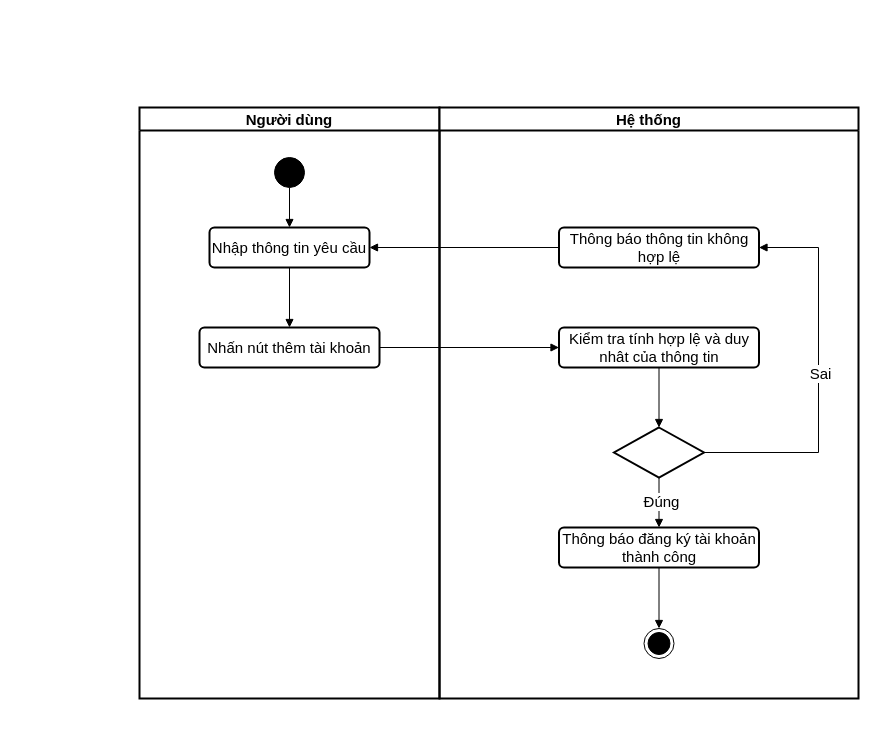
Above: page "Activity thêm tài khoản" (8 of 11) of usecase.drawio in dctuyen/myFinalYearProject (draw.io), before the change. Source tidied: cells renumbered, new cells numbered last; positions are measured from the earlier drawing's top-left corner, leaving out a move shared by most shapes. Both pictures are drawn from the tidied source at 100%, with x=0, y=0 at pixel (139, 107).
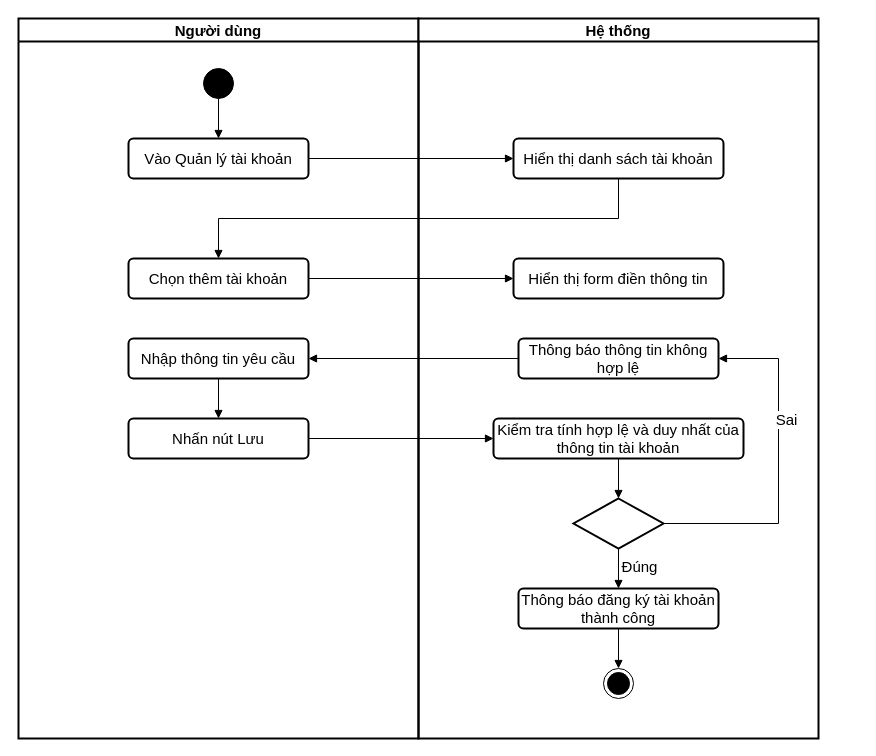
Above is the later version.

The change refers to these unchanged cells:
```xml
<mxCell id="13" style="html=1;verticalAlign=bottom;labelBackgroundColor=none;endArrow=block;endFill=1;rounded=0;exitX=0.5;exitY=1;exitDx=0;exitDy=0;entryX=0.5;entryY=0;entryDx=0;entryDy=0;fontSize=15;edgeStyle=orthogonalEdgeStyle;" parent="8" edge="1" source="10" target="19">
  <mxGeometry x="-0.35" relative="1" as="geometry" />
</mxCell>
```

What changed in the source:
```diff
@@
     <mxCell id="2" value="Người dùng" style="swimlane;whiteSpace=wrap;html=1;strokeWidth=2;fontSize=15;" parent="1" vertex="1">
-      <mxGeometry width="300" height="591" as="geometry" />
+      <mxGeometry x="-121" y="-89" width="400" height="720" as="geometry" />
     </mxCell>
     <mxCell id="3" style="ellipse;fillColor=strokeColor;html=1;fontSize=15;" parent="2" vertex="1">
-      <mxGeometry x="135" y="50" width="30" height="30" as="geometry" />
+      <mxGeometry x="185" y="50" width="30" height="30" as="geometry" />
     </mxCell>
     <mxCell id="4" value="Nhập thông tin yêu cầu" style="html=1;align=center;verticalAlign=middle;rounded=1;absoluteArcSize=1;arcSize=10;dashed=0;whiteSpace=wrap;strokeWidth=2;labelBackgroundColor=none;fontSize=15;" parent="2" vertex="1">
-      <mxGeometry x="70" y="120" width="160" height="40" as="geometry" />
+      <mxGeometry x="110" y="320" width="180" height="40" as="geometry" />
     </mxCell>
-    <mxCell id="5" style="html=1;verticalAlign=bottom;labelBackgroundColor=none;endArrow=block;endFill=1;rounded=0;exitX=0.5;exitY=1;exitDx=0;exitDy=0;entryX=0.5;entryY=0;entryDx=0;entryDy=0;fontSize=15;" parent="2" edge="1" source="3" target="4">
+    <mxCell id="5" style="html=1;verticalAlign=bottom;labelBackgroundColor=none;endArrow=block;endFill=1;rounded=0;exitX=0.5;exitY=1;exitDx=0;exitDy=0;entryX=0.5;entryY=0;entryDx=0;entryDy=0;fontSize=15;" parent="2" edge="1" source="3" target="24">
       <mxGeometry relative="1" as="geometry" />
     </mxCell>
-    <mxCell id="6" value="Nhấn nút thêm tài khoản" style="html=1;align=center;verticalAlign=middle;rounded=1;absoluteArcSize=1;arcSize=10;dashed=0;whiteSpace=wrap;strokeWidth=2;labelBackgroundColor=none;fontSize=15;" parent="2" vertex="1">
-      <mxGeometry x="60" y="220" width="180" height="40" as="geometry" />
+    <mxCell id="6" value="Nhấn nút Lưu" style="html=1;align=center;verticalAlign=middle;rounded=1;absoluteArcSize=1;arcSize=10;dashed=0;whiteSpace=wrap;strokeWidth=2;labelBackgroundColor=none;fontSize=15;" parent="2" vertex="1">
+      <mxGeometry x="110" y="400" width="180" height="40" as="geometry" />
     </mxCell>
@@
+    <mxCell id="24" value="Vào Quản lý tài khoản" style="html=1;align=center;verticalAlign=middle;rounded=1;absoluteArcSize=1;arcSize=10;dashed=0;whiteSpace=wrap;strokeWidth=2;labelBackgroundColor=none;fontSize=15;" parent="2" vertex="1">
+      <mxGeometry x="110" y="120" width="180" height="40" as="geometry" />
+    </mxCell>
+    <mxCell id="25" value="Chọn thêm tài khoản" style="html=1;align=center;verticalAlign=middle;rounded=1;absoluteArcSize=1;arcSize=10;dashed=0;whiteSpace=wrap;strokeWidth=2;labelBackgroundColor=none;fontSize=15;" parent="2" vertex="1">
+      <mxGeometry x="110" y="240" width="180" height="40" as="geometry" />
+    </mxCell>
     <mxCell id="8" value="Hệ thống" style="swimlane;whiteSpace=wrap;html=1;strokeWidth=2;fontSize=15;" parent="1" vertex="1">
-      <mxGeometry x="300" width="419" height="591" as="geometry" />
+      <mxGeometry x="279" y="-89" width="400" height="720" as="geometry" />
     </mxCell>
-    <mxCell id="9" value="Kiểm tra tính hợp lệ và duy nhât của thông tin" style="html=1;align=center;verticalAlign=middle;rounded=1;absoluteArcSize=1;arcSize=10;dashed=0;whiteSpace=wrap;strokeWidth=2;labelBackgroundColor=none;fontSize=15;" parent="8" vertex="1">
-      <mxGeometry x="119.5" y="220" width="200" height="40" as="geometry" />
+    <mxCell id="9" value="Kiểm tra tính hợp lệ và duy nhất của thông tin tài khoản" style="html=1;align=center;verticalAlign=middle;rounded=1;absoluteArcSize=1;arcSize=10;dashed=0;whiteSpace=wrap;strokeWidth=2;labelBackgroundColor=none;fontSize=15;" parent="8" vertex="1">
+      <mxGeometry x="75" y="400" width="250" height="40" as="geometry" />
     </mxCell>
     <mxCell id="10" style="rhombus;strokeWidth=2;fontSize=15;" parent="8" vertex="1">
-      <mxGeometry x="174.5" y="320" width="90" height="50" as="geometry" />
+      <mxGeometry x="155" y="480" width="90" height="50" as="geometry" />
     </mxCell>
     <mxCell id="11" style="ellipse;html=1;shape=endState;fillColor=strokeColor;fontSize=15;" parent="8" vertex="1">
-      <mxGeometry x="204.5" y="521" width="30" height="30" as="geometry" />
+      <mxGeometry x="185" y="650" width="30" height="30" as="geometry" />
     </mxCell>
@@
     <mxCell id="14" value="Đúng" style="edgeLabel;html=1;align=center;verticalAlign=middle;fontSize=15;" parent="13" vertex="1">
       <mxGeometry x="-0.37" y="2" relative="1" as="geometry">
-        <mxPoint y="7" as="offset" />
+        <mxPoint x="18" y="4" as="offset" />
       </mxGeometry>
     </mxCell>
     <mxCell id="15" value="Thông báo thông tin không hợp lệ" style="html=1;align=center;verticalAlign=middle;rounded=1;absoluteArcSize=1;arcSize=10;dashed=0;whiteSpace=wrap;strokeWidth=2;labelBackgroundColor=none;fontSize=15;" parent="8" vertex="1">
-      <mxGeometry x="119.5" y="120" width="200" height="40" as="geometry" />
+      <mxGeometry x="100" y="320" width="200" height="40" as="geometry" />
     </mxCell>
     <mxCell id="16" style="html=1;verticalAlign=bottom;labelBackgroundColor=none;endArrow=block;endFill=1;rounded=0;exitX=1;exitY=0.5;exitDx=0;exitDy=0;entryX=1;entryY=0.5;entryDx=0;entryDy=0;fontSize=15;edgeStyle=orthogonalEdgeStyle;" parent="8" edge="1" source="10" target="15">
       <mxGeometry relative="1" as="geometry">
         <Array as="points">
-          <mxPoint x="379" y="345" />
-          <mxPoint x="379" y="140" />
+          <mxPoint x="360" y="505" />
+          <mxPoint x="360" y="340" />
         </Array>
       </mxGeometry>
     </mxCell>
     <mxCell id="17" value="&lt;font style=&quot;font-size: 15px;&quot;&gt;Sai&lt;/font&gt;" style="edgeLabel;html=1;align=center;verticalAlign=middle;fontSize=15;" parent="16" vertex="1">
       <mxGeometry x="-0.43" y="1" relative="1" as="geometry">
-        <mxPoint x="8" y="-79" as="offset" />
+        <mxPoint x="25" y="-104" as="offset" />
       </mxGeometry>
     </mxCell>
@@
     <mxCell id="19" value="Thông báo đăng ký tài khoản thành công" style="html=1;align=center;verticalAlign=middle;rounded=1;absoluteArcSize=1;arcSize=10;dashed=0;whiteSpace=wrap;strokeWidth=2;labelBackgroundColor=none;fontSize=15;" parent="8" vertex="1">
-      <mxGeometry x="119.5" y="420" width="200" height="40" as="geometry" />
+      <mxGeometry x="100" y="570" width="200" height="40" as="geometry" />
     </mxCell>
@@
+    <mxCell id="26" value="Hiển thị danh sách tài khoản" style="html=1;align=center;verticalAlign=middle;rounded=1;absoluteArcSize=1;arcSize=10;dashed=0;whiteSpace=wrap;strokeWidth=2;labelBackgroundColor=none;fontSize=15;" parent="8" vertex="1">
+      <mxGeometry x="95" y="120" width="210" height="40" as="geometry" />
+    </mxCell>
+    <mxCell id="27" value="Hiển thị form điền thông tin" style="html=1;align=center;verticalAlign=middle;rounded=1;absoluteArcSize=1;arcSize=10;dashed=0;whiteSpace=wrap;strokeWidth=2;labelBackgroundColor=none;fontSize=15;" parent="8" vertex="1">
+      <mxGeometry x="95" y="240" width="210" height="40" as="geometry" />
+    </mxCell>
@@
+    <mxCell id="28" style="html=1;verticalAlign=bottom;labelBackgroundColor=none;endArrow=block;endFill=1;rounded=0;exitX=1;exitY=0.5;exitDx=0;exitDy=0;entryX=0;entryY=0.5;entryDx=0;entryDy=0;fontSize=15;" parent="1" edge="1" source="24" target="26">
+      <mxGeometry relative="1" as="geometry" />
+    </mxCell>
+    <mxCell id="29" style="html=1;verticalAlign=bottom;labelBackgroundColor=none;endArrow=block;endFill=1;rounded=0;exitX=0.5;exitY=1;exitDx=0;exitDy=0;entryX=0.5;entryY=0;entryDx=0;entryDy=0;fontSize=15;edgeStyle=orthogonalEdgeStyle;" parent="1" edge="1" source="26" target="25">
+      <mxGeometry relative="1" as="geometry" />
+    </mxCell>
+    <mxCell id="30" style="html=1;verticalAlign=bottom;labelBackgroundColor=none;endArrow=block;endFill=1;rounded=0;exitX=1;exitY=0.5;exitDx=0;exitDy=0;fontSize=15;entryX=0;entryY=0.5;entryDx=0;entryDy=0;" parent="1" edge="1" source="25" target="27">
+      <mxGeometry relative="1" as="geometry" />
+    </mxCell>
```
